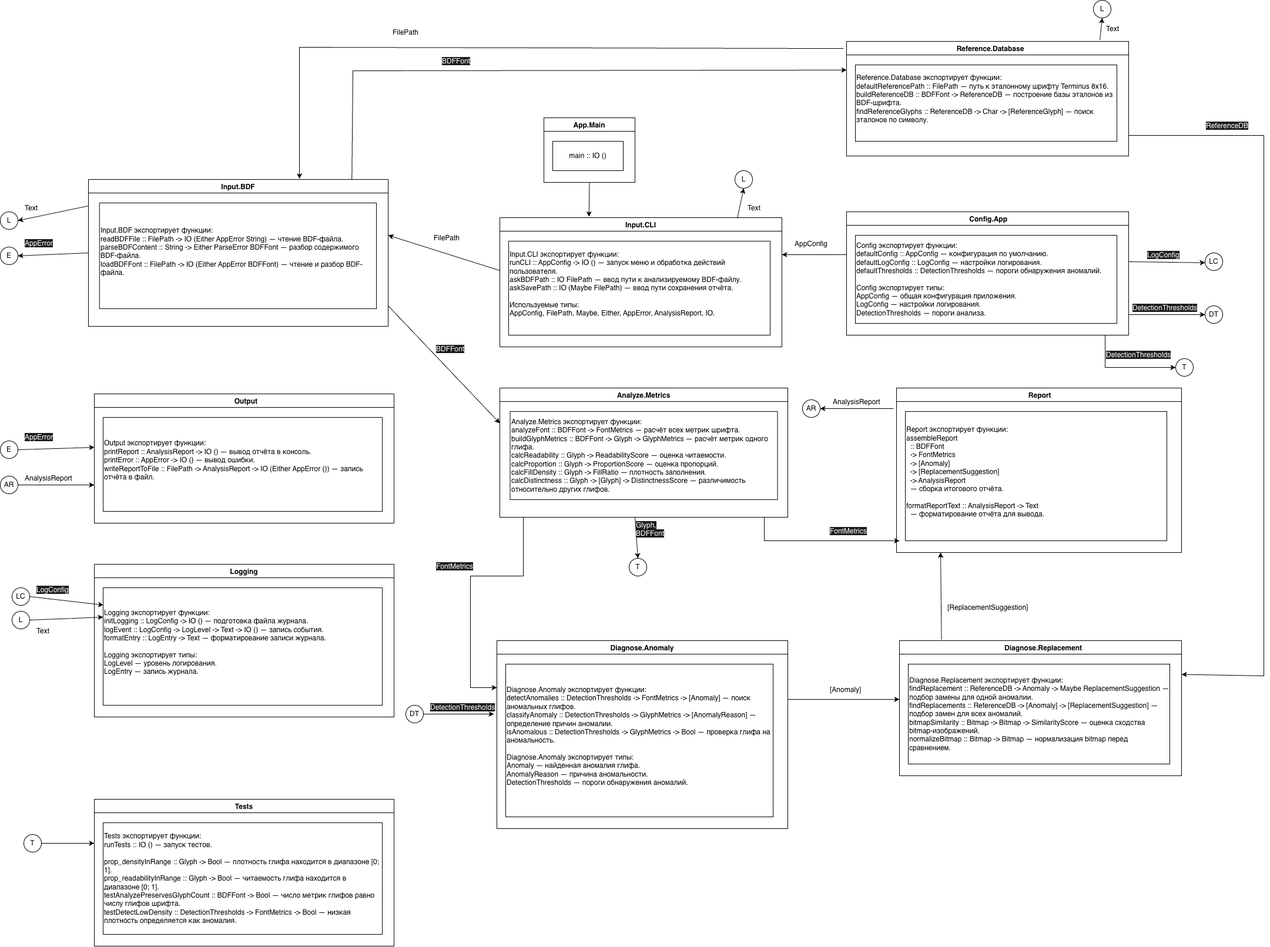
Earlier version of the draw.io export диаграмма модулей.png (si1og/SemenovIAFPCW). Source tidied: cells renumbered, new cells last; positions are measured from the earlier drawing's top-left corner, leaving out a move shared by most shapes.
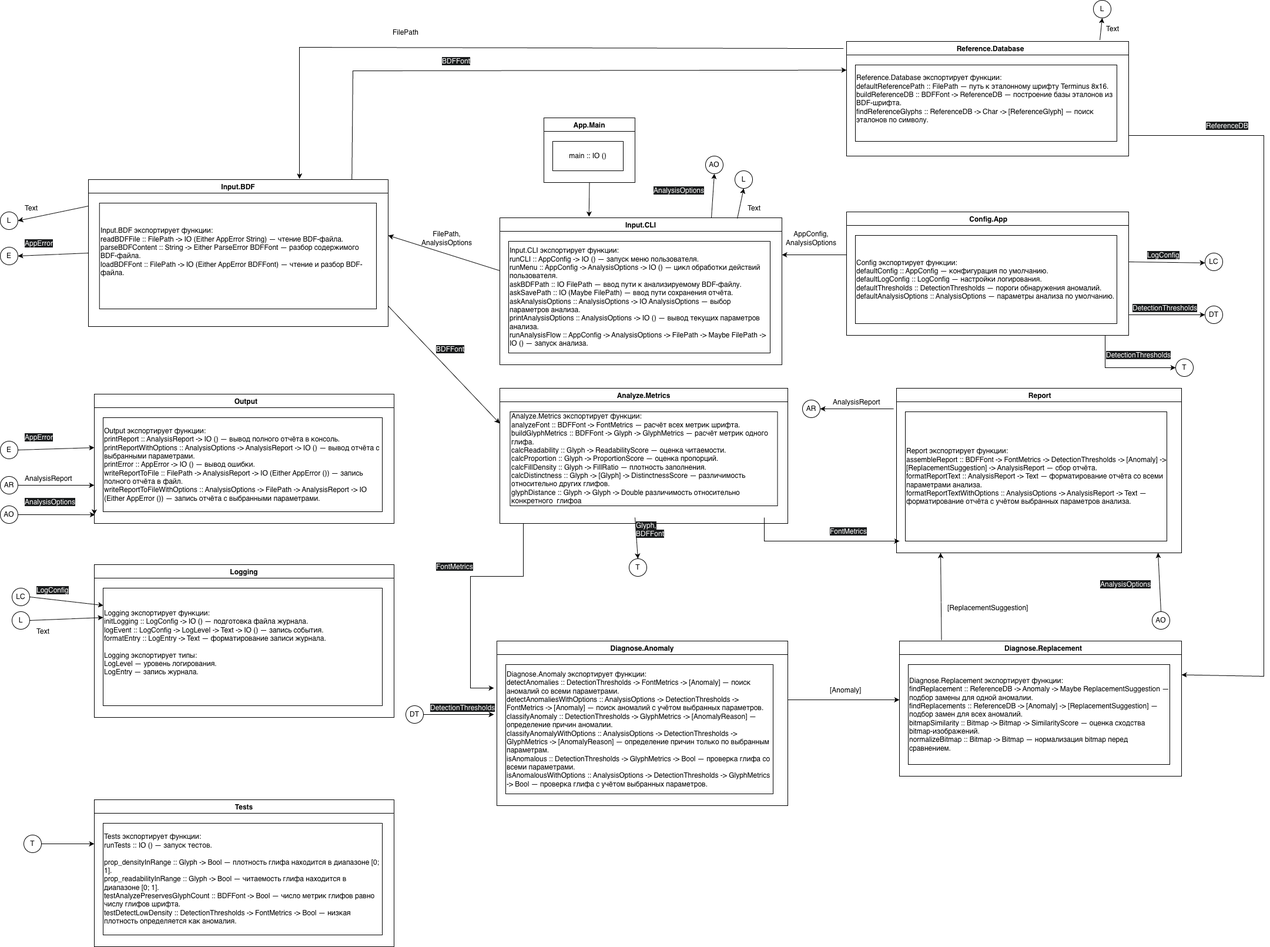
Later version of the same file.

Commit message:
Рефакторинг: обновлена диаграмма модулей по правкам из курсовой

Diff of the diagram source:
```diff
@@ -9,15 +9,15 @@
       <mxGeometry x="15" y="40" width="120" height="50" as="geometry" />
     </mxCell>
     <mxCell id="4" value="Input.CLI" style="swimlane;" parent="1" vertex="1">
-      <mxGeometry x="850" y="370" width="480" height="220" as="geometry" />
+      <mxGeometry x="850" y="370" width="480" height="250" as="geometry" />
     </mxCell>
-    <mxCell id="5" value="&lt;div&gt;&lt;div&gt;Input.CLI экспортирует функции:&lt;/div&gt;&lt;div&gt;runCLI :: AppConfig -&amp;gt; IO () — запуск меню и обработка действий пользователя.&lt;/div&gt;&lt;div&gt;askBDFPath :: IO FilePath — ввод пути к анализируемому BDF-файлу.&lt;/div&gt;&lt;div&gt;askSavePath :: IO (Maybe FilePath) — ввод пути сохранения отчёта.&lt;/div&gt;&lt;div&gt;&lt;br&gt;&lt;/div&gt;&lt;div&gt;Используемые типы:&lt;/div&gt;&lt;div&gt;AppConfig, FilePath, Maybe, Either, AppError, AnalysisReport, IO.&lt;/div&gt;&lt;/div&gt;&lt;div&gt;&lt;br&gt;&lt;/div&gt;" style="rounded=0;whiteSpace=wrap;html=1;align=left;" parent="4" vertex="1">
-      <mxGeometry x="15" y="40" width="445" height="160" as="geometry" />
+    <mxCell id="5" value="&lt;div&gt;Input.CLI экспортирует функции:&lt;/div&gt;&lt;div&gt;runCLI :: AppConfig -&amp;gt; IO () — запуск меню пользователя.&lt;/div&gt;&lt;div&gt;runMenu :: AppConfig -&amp;gt; AnalysisOptions -&amp;gt; IO () — цикл обработки действий пользователя.&lt;/div&gt;&lt;div&gt;askBDFPath :: IO FilePath — ввод пути к анализируемому BDF-файлу.&lt;/div&gt;&lt;div&gt;askSavePath :: IO (Maybe FilePath) — ввод пути сохранения отчёта.&lt;/div&gt;&lt;div&gt;askAnalysisOptions :: AnalysisOptions -&amp;gt; IO AnalysisOptions — выбор параметров анализа.&lt;/div&gt;&lt;div&gt;printAnalysisOptions :: AnalysisOptions -&amp;gt; IO () — вывод текущих параметров анализа.&lt;/div&gt;&lt;div&gt;runAnalysisFlow :: AppConfig -&amp;gt; AnalysisOptions -&amp;gt; FilePath -&amp;gt; Maybe FilePath -&amp;gt; IO () — запуск анализа.&lt;/div&gt;" style="rounded=0;whiteSpace=wrap;html=1;align=left;" parent="4" vertex="1">
+      <mxGeometry x="15" y="40" width="445" height="190" as="geometry" />
     </mxCell>
     <mxCell id="6" value="  Config.App " style="swimlane;" parent="1" vertex="1">
       <mxGeometry x="1440" y="360" width="480" height="210" as="geometry" />
     </mxCell>
-    <mxCell id="7" value="&lt;div&gt;Config экспортирует функции:&lt;/div&gt;&lt;div&gt;defaultConfig :: AppConfig — конфигурация по умолчанию.&lt;/div&gt;&lt;div&gt;defaultLogConfig :: LogConfig — настройки логирования.&lt;/div&gt;&lt;div&gt;defaultThresholds :: DetectionThresholds — пороги обнаружения аномалий.&lt;/div&gt;&lt;div&gt;&lt;br&gt;&lt;/div&gt;&lt;div&gt;Config экспортирует типы:&lt;/div&gt;&lt;div&gt;AppConfig — общая конфигурация приложения.&lt;/div&gt;&lt;div&gt;LogConfig — настройки логирования.&lt;/div&gt;&lt;div&gt;DetectionThresholds — пороги анализа.&lt;/div&gt;" style="rounded=0;whiteSpace=wrap;html=1;align=left;" parent="6" vertex="1">
+    <mxCell id="7" value="&lt;div&gt;Config экспортирует функции:&lt;/div&gt;&lt;div&gt;defaultConfig :: AppConfig — конфигурация по умолчанию.&lt;/div&gt;&lt;div&gt;defaultLogConfig :: LogConfig — настройки логирования.&lt;/div&gt;&lt;div&gt;defaultThresholds :: DetectionThresholds — пороги обнаружения аномалий.&lt;/div&gt;&lt;div&gt;defaultAnalysisOptions :: AnalysisOptions — параметры анализа по умолчанию.&lt;/div&gt;" style="rounded=0;whiteSpace=wrap;html=1;align=left;" parent="6" vertex="1">
       <mxGeometry x="15" y="40" width="445" height="150" as="geometry" />
     </mxCell>
     <mxCell id="8" style="endArrow=classic;html=1;rounded=0;" parent="1" edge="1">
@@ -38,22 +38,22 @@
         <mxPoint x="660" y="400" as="targetPoint" />
       </mxGeometry>
     </mxCell>
-    <mxCell id="12" value="FilePath" style="text;html=1;whiteSpace=wrap;strokeColor=none;fillColor=none;align=center;verticalAlign=middle;rounded=0;" parent="1" vertex="1">
+    <mxCell id="12" value="FilePath,&lt;div&gt;&lt;span style=&quot;text-align: left;&quot;&gt;AnalysisOptions&lt;/span&gt;&lt;/div&gt;" style="text;html=1;whiteSpace=wrap;strokeColor=none;fillColor=none;align=center;verticalAlign=middle;rounded=0;" parent="1" vertex="1">
       <mxGeometry x="730" y="390" width="60" height="30" as="geometry" />
     </mxCell>
-    <mxCell id="13" value="AppConfig" style="text;html=1;whiteSpace=wrap;strokeColor=none;fillColor=none;align=center;verticalAlign=middle;rounded=0;" parent="1" vertex="1">
-      <mxGeometry x="1350" y="400" width="60" height="30" as="geometry" />
+    <mxCell id="13" value="AppConfig,&lt;div&gt;&lt;span style=&quot;text-align: left;&quot;&gt;AnalysisOptions&lt;/span&gt;&lt;/div&gt;" style="text;html=1;whiteSpace=wrap;strokeColor=none;fillColor=none;align=center;verticalAlign=middle;rounded=0;" parent="1" vertex="1">
+      <mxGeometry x="1350" y="390" width="60" height="30" as="geometry" />
     </mxCell>
     <mxCell id="14" value="Analyze.Metrics" style="swimlane;" parent="1" vertex="1">
-      <mxGeometry x="850" y="660" width="490" height="220" as="geometry" />
+      <mxGeometry x="850" y="660" width="490" height="230" as="geometry" />
     </mxCell>
-    <mxCell id="15" value="&lt;div&gt;Analyze.Metrics экспортирует функции:&lt;/div&gt;&lt;div&gt;analyzeFont :: BDFFont -&amp;gt; FontMetrics — расчёт всех метрик шрифта.&lt;/div&gt;&lt;div&gt;buildGlyphMetrics :: BDFFont -&amp;gt; Glyph -&amp;gt; GlyphMetrics — расчёт метрик одного глифа.&lt;/div&gt;&lt;div&gt;calcReadability :: Glyph -&amp;gt; ReadabilityScore — оценка читаемости.&lt;/div&gt;&lt;div&gt;calcProportion :: Glyph -&amp;gt; ProportionScore — оценка пропорций.&lt;/div&gt;&lt;div&gt;calcFillDensity :: Glyph -&amp;gt; FillRatio — плотность заполнения.&lt;/div&gt;&lt;div&gt;calcDistinctness :: Glyph -&amp;gt; [Glyph] -&amp;gt; DistinctnessScore — различимость относительно других глифов.&lt;/div&gt;" style="rounded=0;whiteSpace=wrap;html=1;align=left;" parent="14" vertex="1">
-      <mxGeometry x="17.5" y="40" width="455" height="150" as="geometry" />
+    <mxCell id="15" value="&lt;div&gt;Analyze.Metrics экспортирует функции:&lt;/div&gt;&lt;div&gt;analyzeFont :: BDFFont -&amp;gt; FontMetrics — расчёт всех метрик шрифта.&lt;/div&gt;&lt;div&gt;buildGlyphMetrics :: BDFFont -&amp;gt; Glyph -&amp;gt; GlyphMetrics — расчёт метрик одного глифа.&lt;/div&gt;&lt;div&gt;calcReadability :: Glyph -&amp;gt; ReadabilityScore — оценка читаемости.&lt;/div&gt;&lt;div&gt;calcProportion :: Glyph -&amp;gt; ProportionScore — оценка пропорций.&lt;/div&gt;&lt;div&gt;calcFillDensity :: Glyph -&amp;gt; FillRatio — плотность заполнения.&lt;/div&gt;&lt;div&gt;calcDistinctness :: Glyph -&amp;gt; [Glyph] -&amp;gt; DistinctnessScore — различимость относительно других глифов.&lt;/div&gt;&lt;div&gt;glyphDistance :: Glyph -&amp;gt; Glyph -&amp;gt; Double различимость относительно конкретного&amp;nbsp; глифоа&amp;nbsp;&lt;/div&gt;" style="rounded=0;whiteSpace=wrap;html=1;align=left;" parent="14" vertex="1">
+      <mxGeometry x="17.5" y="40" width="455" height="160" as="geometry" />
     </mxCell>
     <mxCell id="16" value="  Output" style="swimlane;" parent="1" vertex="1">
       <mxGeometry x="160" y="670" width="510" height="220" as="geometry" />
     </mxCell>
-    <mxCell id="17" value="&lt;div&gt;Output экспортирует функции:&lt;/div&gt;&lt;div&gt;printReport :: AnalysisReport -&amp;gt; IO () — вывод отчёта в консоль.&lt;/div&gt;&lt;div&gt;printError :: AppError -&amp;gt; IO () — вывод ошибки.&lt;/div&gt;&lt;div&gt;writeReportToFile :: FilePath -&amp;gt; AnalysisReport -&amp;gt; IO (Either AppError ()) — запись отчёта в файл.&lt;/div&gt;&lt;div&gt;&lt;br&gt;&lt;/div&gt;" style="rounded=0;whiteSpace=wrap;html=1;align=left;" parent="16" vertex="1">
+    <mxCell id="17" value="&lt;div&gt;&lt;div&gt;Output экспортирует функции:&lt;/div&gt;&lt;div&gt;printReport :: AnalysisReport -&amp;gt; IO () — вывод полного отчёта в консоль.&lt;/div&gt;&lt;div&gt;printReportWithOptions :: AnalysisOptions -&amp;gt; AnalysisReport -&amp;gt; IO () — вывод отчёта с выбранными параметрами.&lt;/div&gt;&lt;div&gt;printError :: AppError -&amp;gt; IO () — вывод ошибки.&lt;/div&gt;&lt;div&gt;writeReportToFile :: FilePath -&amp;gt; AnalysisReport -&amp;gt; IO (Either AppError ()) — запись полного отчёта в файл.&lt;/div&gt;&lt;div&gt;writeReportToFileWithOptions :: AnalysisOptions -&amp;gt; FilePath -&amp;gt; AnalysisReport -&amp;gt; IO (Either AppError ()) — запись отчёта с выбранными параметрами.&lt;/div&gt;&lt;/div&gt;" style="rounded=0;whiteSpace=wrap;html=1;align=left;" parent="16" vertex="1">
       <mxGeometry x="15" y="40" width="475" height="160" as="geometry" />
     </mxCell>
     <mxCell id="18" value="Logging" style="swimlane;" parent="1" vertex="1">
@@ -63,10 +63,10 @@
       <mxGeometry x="15" y="40" width="475" height="200" as="geometry" />
     </mxCell>
     <mxCell id="20" value="Diagnose.Anomaly" style="swimlane;" parent="1" vertex="1">
-      <mxGeometry x="845" y="1090" width="495" height="320" as="geometry" />
+      <mxGeometry x="845" y="1090" width="495" height="280" as="geometry" />
     </mxCell>
-    <mxCell id="21" value="&lt;div&gt;Diagnose.Anomaly экспортирует функции:&lt;/div&gt;&lt;div&gt;detectAnomalies :: DetectionThresholds -&amp;gt; FontMetrics -&amp;gt; [Anomaly] — поиск аномальных глифов.&lt;/div&gt;&lt;div&gt;classifyAnomaly :: DetectionThresholds -&amp;gt; GlyphMetrics -&amp;gt; [AnomalyReason] — определение причин аномалии.&lt;/div&gt;&lt;div&gt;isAnomalous :: DetectionThresholds -&amp;gt; GlyphMetrics -&amp;gt; Bool — проверка глифа на аномальность.&lt;/div&gt;&lt;div&gt;&lt;br&gt;&lt;/div&gt;&lt;div&gt;Diagnose.Anomaly экспортирует типы:&lt;/div&gt;&lt;div&gt;Anomaly — найденная аномалия глифа.&lt;/div&gt;&lt;div&gt;AnomalyReason — причина аномальности.&lt;/div&gt;&lt;div&gt;DetectionThresholds — пороги обнаружения аномалий.&lt;/div&gt;&lt;div&gt;&lt;br&gt;&lt;/div&gt;" style="rounded=0;whiteSpace=wrap;html=1;align=left;" parent="20" vertex="1">
-      <mxGeometry x="15" y="40" width="455" height="260" as="geometry" />
+    <mxCell id="21" value="&lt;div&gt;&lt;div&gt;Diagnose.Anomaly экспортирует функции:&lt;/div&gt;&lt;div&gt;detectAnomalies :: DetectionThresholds -&amp;gt; FontMetrics -&amp;gt; [Anomaly] — поиск аномалий со всеми параметрами.&lt;/div&gt;&lt;div&gt;detectAnomaliesWithOptions :: AnalysisOptions -&amp;gt; DetectionThresholds -&amp;gt; FontMetrics -&amp;gt; [Anomaly] — поиск аномалий с учётом выбранных параметров.&lt;/div&gt;&lt;div&gt;classifyAnomaly :: DetectionThresholds -&amp;gt; GlyphMetrics -&amp;gt; [AnomalyReason] — определение причин аномалии.&lt;/div&gt;&lt;div&gt;classifyAnomalyWithOptions :: AnalysisOptions -&amp;gt; DetectionThresholds -&amp;gt; GlyphMetrics -&amp;gt; [AnomalyReason] — определение причин только по выбранным параметрам.&lt;/div&gt;&lt;div&gt;isAnomalous :: DetectionThresholds -&amp;gt; GlyphMetrics -&amp;gt; Bool — проверка глифа со всеми параметрами.&lt;/div&gt;&lt;div&gt;isAnomalousWithOptions :: AnalysisOptions -&amp;gt; DetectionThresholds -&amp;gt; GlyphMetrics -&amp;gt; Bool — проверка глифа с учётом выбранных параметров.&lt;/div&gt;&lt;/div&gt;" style="rounded=0;whiteSpace=wrap;html=1;align=left;" parent="20" vertex="1">
+      <mxGeometry x="15" y="40" width="455" height="220" as="geometry" />
     </mxCell>
     <mxCell id="22" value="    Diagnose.Replacement " style="swimlane;" parent="1" vertex="1">
       <mxGeometry x="1530" y="1090" width="480" height="230" as="geometry" />
@@ -83,7 +83,7 @@
     <mxCell id="26" value=" Report" style="swimlane;" parent="1" vertex="1">
       <mxGeometry x="1525" y="660" width="485" height="280" as="geometry" />
     </mxCell>
-    <mxCell id="27" value="&lt;div&gt;Report экспортирует функции:&lt;/div&gt;&lt;div&gt;assembleReport&lt;/div&gt;&lt;div&gt;&amp;nbsp; :: BDFFont&lt;/div&gt;&lt;div&gt;&amp;nbsp; -&amp;gt; FontMetrics&lt;/div&gt;&lt;div&gt;&amp;nbsp; -&amp;gt; [Anomaly]&lt;/div&gt;&lt;div&gt;&amp;nbsp; -&amp;gt; [ReplacementSuggestion]&lt;/div&gt;&lt;div&gt;&amp;nbsp; -&amp;gt; AnalysisReport&lt;/div&gt;&lt;div&gt;&amp;nbsp; — сборка итогового отчёта.&lt;/div&gt;&lt;div&gt;&lt;br&gt;&lt;/div&gt;&lt;div&gt;formatReportText :: AnalysisReport -&amp;gt; Text&lt;/div&gt;&lt;div&gt;&amp;nbsp; — форматирование отчёта для вывода.&lt;/div&gt;&lt;div&gt;&lt;br&gt;&lt;/div&gt;" style="rounded=0;whiteSpace=wrap;html=1;align=left;" parent="26" vertex="1">
+    <mxCell id="27" value="&lt;div&gt;&lt;div&gt;Report экспортирует функции:&lt;/div&gt;&lt;div&gt;assembleReport :: BDFFont -&amp;gt; FontMetrics -&amp;gt; DetectionThresholds -&amp;gt; [Anomaly] -&amp;gt; [ReplacementSuggestion] -&amp;gt; AnalysisReport — сбор отчёта.&lt;/div&gt;&lt;div&gt;formatReportText :: AnalysisReport -&amp;gt; Text — форматирование отчёта со всеми параметрами анализа.&lt;/div&gt;&lt;div&gt;formatReportTextWithOptions :: AnalysisOptions -&amp;gt; AnalysisReport -&amp;gt; Text — форматирование отчёта с учётом выбранных параметров анализа.&lt;/div&gt;&lt;/div&gt;" style="rounded=0;whiteSpace=wrap;html=1;align=left;" parent="26" vertex="1">
       <mxGeometry x="15" y="40" width="445" height="220" as="geometry" />
     </mxCell>
     <mxCell id="28" value="L" style="ellipse;whiteSpace=wrap;html=1;" parent="1" vertex="1">
@@ -167,9 +167,10 @@
     <mxCell id="51" value="&lt;span style=&quot;color: rgb(255, 255, 255); font-family: Helvetica; font-size: 12px; font-style: normal; font-variant-ligatures: normal; font-variant-caps: normal; font-weight: 400; letter-spacing: normal; orphans: 2; text-align: left; text-indent: 0px; text-transform: none; widows: 2; word-spacing: 0px; -webkit-text-stroke-width: 0px; white-space: normal; background-color: rgb(27, 29, 30); text-decoration-thickness: initial; text-decoration-style: initial; text-decoration-color: initial; display: inline !important; float: none;&quot;&gt;BDFFont&lt;/span&gt;" style="text;whiteSpace=wrap;html=1;" parent="1" vertex="1">
       <mxGeometry x="740" y="580" width="80" height="40" as="geometry" />
     </mxCell>
-    <mxCell id="52" style="endArrow=classic;html=1;rounded=0;entryX=0;entryY=0.25;entryDx=0;entryDy=0;" parent="1" edge="1" target="20">
+    <mxCell id="52" style="endArrow=classic;html=1;rounded=0;" parent="1" edge="1">
       <mxGeometry relative="1" as="geometry">
-        <mxPoint x="890" y="880" as="sourcePoint" />
+        <mxPoint x="890" y="890" as="sourcePoint" />
+        <mxPoint x="840" y="1170" as="targetPoint" />
         <Array as="points">
           <mxPoint x="890" y="980" />
           <mxPoint x="800" y="980" />
@@ -333,5 +334,39 @@
     <mxCell id="90" value="Text" style="text;whiteSpace=wrap;html=1;" parent="1" vertex="1">
       <mxGeometry x="1880" y="35" width="90" height="40" as="geometry" />
     </mxCell>
+    <mxCell id="91" value="AO" style="ellipse;whiteSpace=wrap;html=1;" parent="1" vertex="1">
+      <mxGeometry x="1200" y="265" width="30" height="30" as="geometry" />
+    </mxCell>
+    <mxCell id="92" style="endArrow=classic;html=1;rounded=0;exitX=0.75;exitY=0;exitDx=0;exitDy=0;entryX=0.5;entryY=1;entryDx=0;entryDy=0;" parent="1" edge="1" source="4" target="91">
+      <mxGeometry relative="1" as="geometry" />
+    </mxCell>
+    <mxCell id="93" value="&lt;span style=&quot;color: rgb(255, 255, 255); font-family: Helvetica; font-size: 12px; font-style: normal; font-variant-ligatures: normal; font-variant-caps: normal; font-weight: 400; letter-spacing: normal; orphans: 2; text-align: left; text-indent: 0px; text-transform: none; widows: 2; word-spacing: 0px; -webkit-text-stroke-width: 0px; white-space: normal; background-color: rgb(27, 29, 30); text-decoration-thickness: initial; text-decoration-style: initial; text-decoration-color: initial; display: inline !important; float: none;&quot;&gt;AnalysisOptions&lt;/span&gt;" style="text;whiteSpace=wrap;html=1;" parent="1" vertex="1">
+      <mxGeometry x="1110" y="310" width="120" height="40" as="geometry" />
+    </mxCell>
+    <mxCell id="94" value="AO" style="ellipse;whiteSpace=wrap;html=1;" parent="1" vertex="1">
+      <mxGeometry y="860" width="30" height="30" as="geometry" />
+    </mxCell>
+    <mxCell id="95" style="endArrow=classic;html=1;rounded=0;exitX=1;exitY=0.5;exitDx=0;exitDy=0;" parent="1" edge="1" source="97">
+      <mxGeometry relative="1" as="geometry">
+        <mxPoint x="160" y="875" as="targetPoint" />
+      </mxGeometry>
+    </mxCell>
+    <mxCell id="96" style="endArrow=classic;html=1;rounded=0;exitX=1;exitY=0.5;exitDx=0;exitDy=0;entryX=1.011;entryY=0.879;entryDx=0;entryDy=0;entryPerimeter=0;" parent="1" edge="1" source="94" target="97">
+      <mxGeometry relative="1" as="geometry" />
+    </mxCell>
+    <mxCell id="97" value="&lt;span style=&quot;color: rgb(255, 255, 255); font-family: Helvetica; font-size: 12px; font-style: normal; font-variant-ligatures: normal; font-variant-caps: normal; font-weight: 400; letter-spacing: normal; orphans: 2; text-align: left; text-indent: 0px; text-transform: none; widows: 2; word-spacing: 0px; -webkit-text-stroke-width: 0px; white-space: normal; background-color: rgb(27, 29, 30); text-decoration-thickness: initial; text-decoration-style: initial; text-decoration-color: initial; display: inline !important; float: none;&quot;&gt;AnalysisOptions&lt;/span&gt;" style="text;whiteSpace=wrap;html=1;" parent="1" vertex="1">
+      <mxGeometry x="40" y="840" width="120" height="40" as="geometry" />
+    </mxCell>
+    <mxCell id="98" value="AO" style="ellipse;whiteSpace=wrap;html=1;" parent="1" vertex="1">
+      <mxGeometry x="1960" y="1040" width="30" height="30" as="geometry" />
+    </mxCell>
+    <mxCell id="99" style="endArrow=classic;html=1;rounded=0;exitX=0.5;exitY=0;exitDx=0;exitDy=0;" parent="1" edge="1" source="98">
+      <mxGeometry relative="1" as="geometry">
+        <mxPoint x="1970" y="940" as="targetPoint" />
+      </mxGeometry>
+    </mxCell>
+    <mxCell id="100" value="&lt;span style=&quot;color: rgb(255, 255, 255); font-family: Helvetica; font-size: 12px; font-style: normal; font-variant-ligatures: normal; font-variant-caps: normal; font-weight: 400; letter-spacing: normal; orphans: 2; text-align: left; text-indent: 0px; text-transform: none; widows: 2; word-spacing: 0px; -webkit-text-stroke-width: 0px; white-space: normal; background-color: rgb(27, 29, 30); text-decoration-thickness: initial; text-decoration-style: initial; text-decoration-color: initial; display: inline !important; float: none;&quot;&gt;AnalysisOptions&lt;/span&gt;" style="text;whiteSpace=wrap;html=1;" parent="1" vertex="1">
+      <mxGeometry x="1870" y="980" width="120" height="40" as="geometry" />
+    </mxCell>
   </root>
 </mxGraphModel>
```
